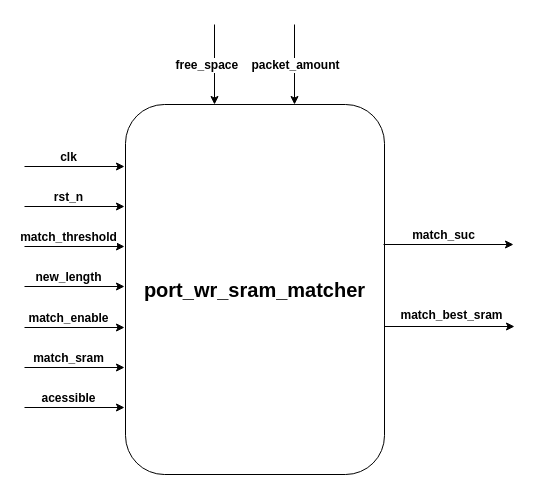
This is page "port_wr_sram_matcher" (10 of 12) of 材料/总决赛/制图/hydra_io port.drawio from IceBear003/hydra, a draw.io file, before an edit. Source tidied: cells renumbered, new cells numbered last; positions are measured from the earlier drawing's top-left corner, leaving out a move shared by most shapes. Both pictures are drawn from the tidied source at 100%, with x=0, y=0 at pixel (24, 24).
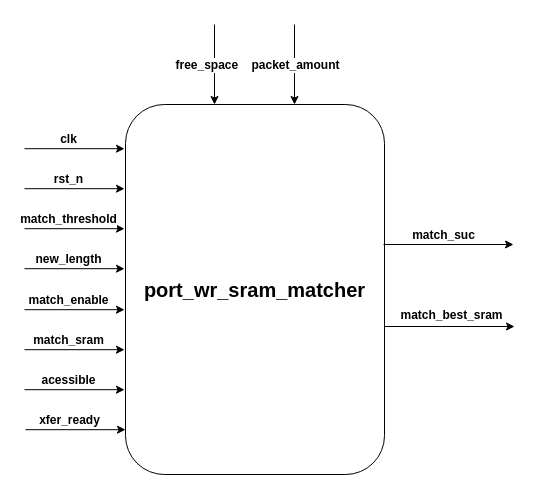
The same page after the edit.

Diff of the diagram source:
```diff
@@
     <mxCell id="3" style="endArrow=classic;html=1;rounded=0;" parent="1" edge="1">
       <mxGeometry relative="1" as="geometry">
-        <mxPoint y="142" as="sourcePoint" />
-        <mxPoint x="100" y="142" as="targetPoint" />
+        <mxPoint y="124.2" as="sourcePoint" />
+        <mxPoint x="100" y="124.2" as="targetPoint" />
       </mxGeometry>
     </mxCell>
@@
     <mxCell id="5" style="endArrow=classic;html=1;rounded=0;" parent="1" edge="1">
       <mxGeometry relative="1" as="geometry">
-        <mxPoint y="182" as="sourcePoint" />
-        <mxPoint x="100" y="182" as="targetPoint" />
+        <mxPoint y="164.2" as="sourcePoint" />
+        <mxPoint x="100" y="164.2" as="targetPoint" />
       </mxGeometry>
     </mxCell>
@@
     <mxCell id="7" style="endArrow=classic;html=1;rounded=0;" parent="1" edge="1">
       <mxGeometry relative="1" as="geometry">
-        <mxPoint y="222" as="sourcePoint" />
-        <mxPoint x="100" y="222" as="targetPoint" />
+        <mxPoint y="204.2" as="sourcePoint" />
+        <mxPoint x="100" y="204.2" as="targetPoint" />
       </mxGeometry>
     </mxCell>
@@
     <mxCell id="9" style="endArrow=classic;html=1;rounded=0;" parent="1" edge="1">
       <mxGeometry relative="1" as="geometry">
-        <mxPoint y="262" as="sourcePoint" />
-        <mxPoint x="100" y="262" as="targetPoint" />
+        <mxPoint y="244.2" as="sourcePoint" />
+        <mxPoint x="100" y="244.2" as="targetPoint" />
       </mxGeometry>
     </mxCell>
@@
     <mxCell id="11" style="endArrow=classic;html=1;rounded=0;" parent="1" edge="1">
       <mxGeometry relative="1" as="geometry">
-        <mxPoint y="303" as="sourcePoint" />
-        <mxPoint x="100" y="303" as="targetPoint" />
+        <mxPoint y="285.2" as="sourcePoint" />
+        <mxPoint x="100" y="285.2" as="targetPoint" />
       </mxGeometry>
     </mxCell>
@@
     <mxCell id="13" style="endArrow=classic;html=1;rounded=0;" parent="1" edge="1">
       <mxGeometry relative="1" as="geometry">
-        <mxPoint y="343" as="sourcePoint" />
-        <mxPoint x="100" y="343" as="targetPoint" />
+        <mxPoint y="325.2" as="sourcePoint" />
+        <mxPoint x="100" y="325.2" as="targetPoint" />
       </mxGeometry>
     </mxCell>
@@
     <mxCell id="15" style="endArrow=classic;html=1;rounded=0;" parent="1" edge="1">
       <mxGeometry relative="1" as="geometry">
-        <mxPoint y="383" as="sourcePoint" />
-        <mxPoint x="100" y="383" as="targetPoint" />
+        <mxPoint y="365.2" as="sourcePoint" />
+        <mxPoint x="100" y="365.2" as="targetPoint" />
       </mxGeometry>
     </mxCell>
@@
+    <mxCell id="25" style="endArrow=classic;html=1;rounded=0;" parent="1" edge="1">
+      <mxGeometry relative="1" as="geometry">
+        <mxPoint x="1" y="405.2" as="sourcePoint" />
+        <mxPoint x="101" y="405.2" as="targetPoint" />
+      </mxGeometry>
+    </mxCell>
+    <mxCell id="26" value="xfer_ready" style="edgeLabel;html=1;align=center;verticalAlign=middle;fontStyle=1;fontSize=12;" parent="25" vertex="1">
+      <mxGeometry x="-0.15" y="-3" relative="1" as="geometry">
+        <mxPoint y="-13" as="offset" />
+      </mxGeometry>
+    </mxCell>
```
